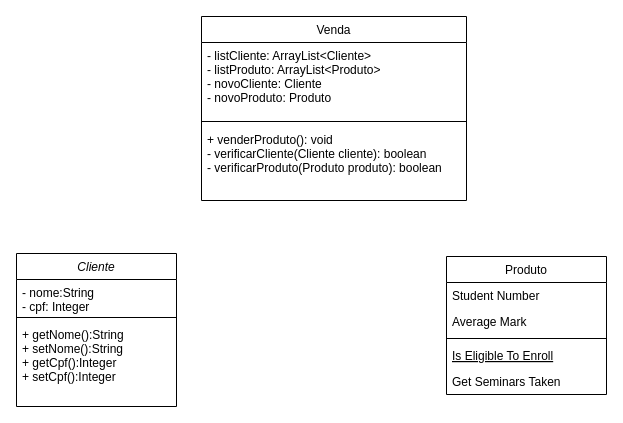
This is engenhariaSW/Diagrama de Classes UML.drawio from PedroBozzano/Bertoti, a draw.io file, before an edit. Source tidied: cells renumbered, new cells numbered last; positions are measured from the earlier drawing's top-left corner, leaving out a move shared by most shapes. Both pictures are drawn from the tidied source at 100%, with x=0, y=0 at pixel (16, 16).
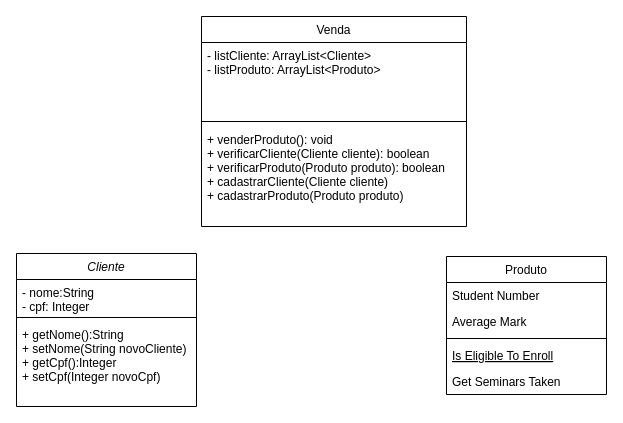
After the change.

The edit, as a diff of the source:
```diff
@@
 <mxGraphModel>
   <root>
     <mxCell id="0" />
     <mxCell id="1" parent="0" />
     <mxCell id="2" value="Cliente" style="swimlane;fontStyle=2;align=center;verticalAlign=top;horizontal=1;startSize=26;rounded=0;shadow=0;strokeWidth=1;" parent="1" vertex="1">
-      <mxGeometry y="237" width="160" height="153" as="geometry" />
+      <mxGeometry y="237" width="180" height="153" as="geometry" />
     </mxCell>
     <mxCell id="3" value="- nome:String&#10;- cpf: Integer" style="text;align=left;verticalAlign=top;spacingLeft=4;spacingRight=4;overflow=hidden;" parent="2" vertex="1">
-      <mxGeometry y="26" width="160" height="34" as="geometry" />
+      <mxGeometry y="26" width="180" height="34" as="geometry" />
     </mxCell>
     <mxCell id="4" style="line;html=1;strokeWidth=1;align=left;verticalAlign=middle;spacingTop=-1;spacingLeft=3;spacingRight=3;labelPosition=right;" parent="2" vertex="1">
-      <mxGeometry y="60" width="160" height="8" as="geometry" />
+      <mxGeometry y="60" width="180" height="8" as="geometry" />
     </mxCell>
-    <mxCell id="5" value="+ getNome():String&#10;+ setNome():String&#10;+ getCpf():Integer&#10;+ setCpf():Integer" style="text;align=left;verticalAlign=top;spacingLeft=4;spacingRight=4;overflow=hidden;" parent="2" vertex="1">
-      <mxGeometry y="68" width="160" height="72" as="geometry" />
+    <mxCell id="5" value="+ getNome():String&#10;+ setNome(String novoCliente)&#10;+ getCpf():Integer&#10;+ setCpf(Integer novoCpf)" style="text;align=left;verticalAlign=top;spacingLeft=4;spacingRight=4;overflow=hidden;" parent="2" vertex="1">
+      <mxGeometry y="68" width="180" height="72" as="geometry" />
     </mxCell>
     <mxCell id="6" value="Produto" style="swimlane;fontStyle=0;align=center;verticalAlign=top;horizontal=1;startSize=26;rounded=0;shadow=0;strokeWidth=1;" parent="1" vertex="1">
       <mxGeometry x="430" y="240" width="160" height="138" as="geometry" />
     </mxCell>
     <mxCell id="7" value="Student Number" style="text;align=left;verticalAlign=top;spacingLeft=4;spacingRight=4;overflow=hidden;" parent="6" vertex="1">
       <mxGeometry y="26" width="160" height="26" as="geometry" />
     </mxCell>
     <mxCell id="8" value="Average Mark" style="text;align=left;verticalAlign=top;spacingLeft=4;spacingRight=4;overflow=hidden;rounded=0;shadow=0;html=0;" parent="6" vertex="1">
       <mxGeometry y="52" width="160" height="26" as="geometry" />
     </mxCell>
     <mxCell id="9" style="line;html=1;strokeWidth=1;align=left;verticalAlign=middle;spacingTop=-1;spacingLeft=3;spacingRight=3;labelPosition=right;" parent="6" vertex="1">
       <mxGeometry y="78" width="160" height="8" as="geometry" />
     </mxCell>
     <mxCell id="10" value="Is Eligible To Enroll" style="text;align=left;verticalAlign=top;spacingLeft=4;spacingRight=4;overflow=hidden;fontStyle=4;" parent="6" vertex="1">
       <mxGeometry y="86" width="160" height="26" as="geometry" />
     </mxCell>
     <mxCell id="11" value="Get Seminars Taken" style="text;align=left;verticalAlign=top;spacingLeft=4;spacingRight=4;overflow=hidden;" parent="6" vertex="1">
       <mxGeometry y="112" width="160" height="26" as="geometry" />
     </mxCell>
     <mxCell id="12" value="Venda" style="swimlane;fontStyle=0;align=center;verticalAlign=top;horizontal=1;startSize=26;rounded=0;shadow=0;strokeWidth=1;" parent="1" vertex="1">
-      <mxGeometry x="185" width="265" height="184" as="geometry" />
+      <mxGeometry x="185" width="265" height="210" as="geometry" />
     </mxCell>
-    <mxCell id="13" value="- listCliente: ArrayList&lt;Cliente&gt;&#10;- listProduto: ArrayList&lt;Produto&gt;&#10;- novoCliente: Cliente&#10;- novoProduto: Produto" style="text;align=left;verticalAlign=top;spacingLeft=4;spacingRight=4;overflow=hidden;" parent="12" vertex="1">
+    <mxCell id="13" value="- listCliente: ArrayList&lt;Cliente&gt;&#10;- listProduto: ArrayList&lt;Produto&gt;" style="text;align=left;verticalAlign=top;spacingLeft=4;spacingRight=4;overflow=hidden;" parent="12" vertex="1">
       <mxGeometry y="26" width="265" height="74" as="geometry" />
     </mxCell>
     <mxCell id="14" style="line;html=1;strokeWidth=1;align=left;verticalAlign=middle;spacingTop=-1;spacingLeft=3;spacingRight=3;labelPosition=right;" parent="12" vertex="1">
       <mxGeometry y="100" width="265" height="10" as="geometry" />
     </mxCell>
-    <mxCell id="15" value="+ venderProduto(): void&#10;- verificarCliente(Cliente cliente): boolean&#10;- verificarProduto(Produto produto): boolean" style="text;align=left;verticalAlign=top;spacingLeft=4;spacingRight=4;overflow=hidden;" parent="12" vertex="1">
-      <mxGeometry y="110" width="265" height="74" as="geometry" />
+    <mxCell id="15" value="+ venderProduto(): void&#10;+ verificarCliente(Cliente cliente): boolean&#10;+ verificarProduto(Produto produto): boolean&#10;+ cadastrarCliente(Cliente cliente)&#10;+ cadastrarProduto(Produto produto)" style="text;align=left;verticalAlign=top;spacingLeft=4;spacingRight=4;overflow=hidden;" parent="12" vertex="1">
+      <mxGeometry y="110" width="265" height="100" as="geometry" />
     </mxCell>
   </root>
 </mxGraphModel>
```
